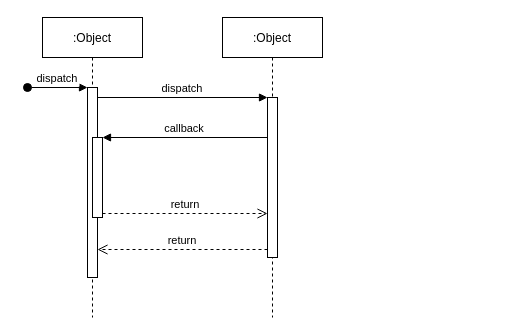
The draw.io diagram stk.direct.trans.drawio in inspurhua/diagrams.net, before the edit. Source tidied: cells renumbered, new cells numbered last; positions are measured from the earlier drawing's top-left corner, leaving out a move shared by most shapes. Both pictures are drawn from the tidied source at 100%, with x=0, y=0 at pixel (27, 17).
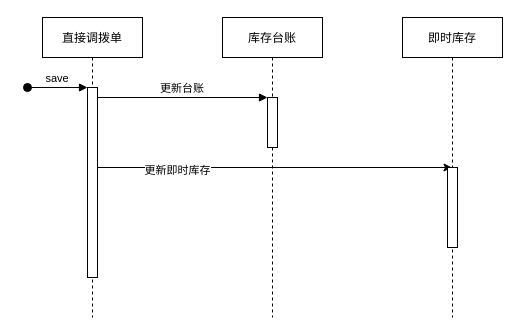
After the change.

Change to the diagram source:
```diff
@@
 <mxGraphModel>
   <root>
     <mxCell id="0" />
     <mxCell id="1" parent="0" />
+    <mxCell id="12" style="endArrow=classic;html=1;" parent="1" edge="1" source="2" target="14">
+      <mxGeometry relative="1" as="geometry" />
+    </mxCell>
+    <mxCell id="13" value="更新即时库存" style="edgeLabel;html=1;align=center;verticalAlign=middle;" parent="12" vertex="1">
+      <mxGeometry x="-0.53" y="-2" relative="1" as="geometry" />
+    </mxCell>
-    <mxCell id="2" value=":Object" style="shape=umlLifeline;perimeter=lifelinePerimeter;rounded=0;shadow=0;strokeWidth=1;" parent="1" vertex="1">
+    <mxCell id="2" value="直接调拨单" style="shape=umlLifeline;perimeter=lifelinePerimeter;rounded=0;shadow=0;strokeWidth=1;" parent="1" vertex="1">
       <mxGeometry x="15" width="100" height="300" as="geometry" />
     </mxCell>
     <mxCell id="3" style="points=[];perimeter=orthogonalPerimeter;rounded=0;shadow=0;strokeWidth=1;" parent="2" vertex="1">
       <mxGeometry x="45" y="70" width="10" height="190" as="geometry" />
     </mxCell>
-    <mxCell id="4" value="dispatch" style="verticalAlign=bottom;startArrow=oval;endArrow=block;startSize=8;shadow=0;strokeWidth=1;" parent="2" edge="1" target="3">
+    <mxCell id="4" value="save" style="verticalAlign=bottom;startArrow=oval;endArrow=block;startSize=8;shadow=0;strokeWidth=1;" parent="2" edge="1" target="3">
       <mxGeometry relative="1" as="geometry">
         <mxPoint x="-15" y="70" as="sourcePoint" />
       </mxGeometry>
     </mxCell>
-    <mxCell id="5" style="points=[];perimeter=orthogonalPerimeter;rounded=0;shadow=0;strokeWidth=1;" parent="2" vertex="1">
-      <mxGeometry x="50" y="120" width="10" height="80" as="geometry" />
-    </mxCell>
-    <mxCell id="6" value=":Object" style="shape=umlLifeline;perimeter=lifelinePerimeter;rounded=0;shadow=0;strokeWidth=1;" parent="1" vertex="1">
+    <mxCell id="6" value="库存台账" style="shape=umlLifeline;perimeter=lifelinePerimeter;rounded=0;shadow=0;strokeWidth=1;" parent="1" vertex="1">
       <mxGeometry x="195" width="100" height="300" as="geometry" />
     </mxCell>
     <mxCell id="7" style="points=[];perimeter=orthogonalPerimeter;rounded=0;shadow=0;strokeWidth=1;" parent="6" vertex="1">
-      <mxGeometry x="45" y="80" width="10" height="160" as="geometry" />
+      <mxGeometry x="45" y="80" width="10" height="50" as="geometry" />
     </mxCell>
-    <mxCell id="8" value="return" style="verticalAlign=bottom;endArrow=open;dashed=1;endSize=8;exitX=0;exitY=0.95;shadow=0;strokeWidth=1;" parent="1" edge="1" source="7" target="3">
-      <mxGeometry relative="1" as="geometry" />
-    </mxCell>
-    <mxCell id="9" value="dispatch" style="verticalAlign=bottom;endArrow=block;entryX=0;entryY=0;shadow=0;strokeWidth=1;" parent="1" edge="1" source="3" target="7">
+    <mxCell id="9" value="更新台账" style="verticalAlign=bottom;endArrow=block;entryX=0;entryY=0;shadow=0;strokeWidth=1;" parent="1" edge="1" source="3" target="7">
       <mxGeometry relative="1" as="geometry" />
     </mxCell>
-    <mxCell id="10" value="callback" style="verticalAlign=bottom;endArrow=block;entryX=1;entryY=0;shadow=0;strokeWidth=1;" parent="1" edge="1" source="7" target="5">
-      <mxGeometry relative="1" as="geometry" />
-    </mxCell>
-    <mxCell id="11" value="return" style="verticalAlign=bottom;endArrow=open;dashed=1;endSize=8;exitX=1;exitY=0.95;shadow=0;strokeWidth=1;" parent="1" edge="1" source="5" target="7">
-      <mxGeometry relative="1" as="geometry" />
-    </mxCell>
+    <mxCell id="14" value="即时库存" style="shape=umlLifeline;perimeter=lifelinePerimeter;rounded=0;shadow=0;strokeWidth=1;" parent="1" vertex="1">
+      <mxGeometry x="375" width="100" height="300" as="geometry" />
+    </mxCell>
+    <mxCell id="15" style="perimeter=orthogonalPerimeter;rounded=0;shadow=0;strokeWidth=1;" parent="14" vertex="1">
+      <mxGeometry x="45" y="150" width="10" height="80" as="geometry" />
+    </mxCell>
   </root>
 </mxGraphModel>
```
